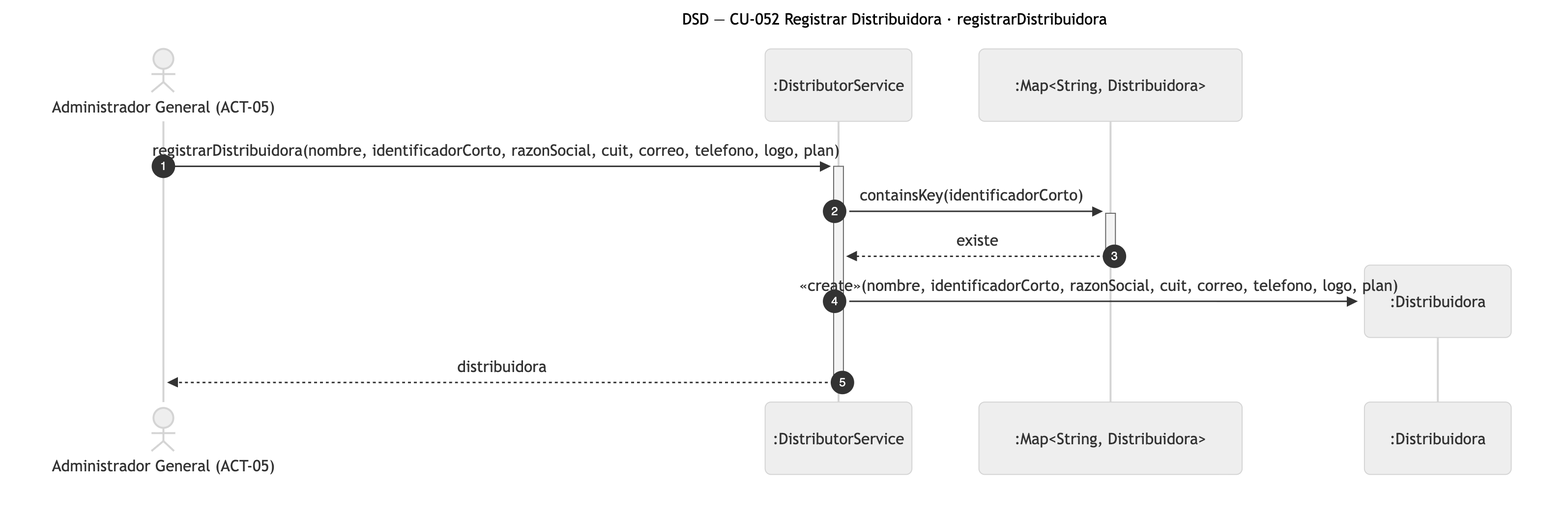
Nahuelito-Dev/splg-docs keeps this Mermaid diagram as diagramas/png/DSD_CU-052_registrarDistribuidora.png. Above is the earlier version. Its source is kept beside it as diagramas/DSD_CU-052_registrarDistribuidora.mmd. The source it was exported from:
```mermaid
sequenceDiagram
    title DSD — CU-052 Registrar Distribuidora · registrarDistribuidora
    autonumber
    actor AGE as Administrador General (ACT-05)
    participant SRV as :DistributorService
    participant COL as :Map#lt;String, Distribuidora#gt;

    AGE->>+SRV: registrarDistribuidora(nombre, identificadorCorto, razonSocial, cuit, correo, telefono, logo, plan)
    SRV->>+COL: containsKey(identificadorCorto)
    COL-->>-SRV: existe
    create participant DIS as :Distribuidora
    SRV->>DIS: «create»(nombre, identificadorCorto, razonSocial, cuit, correo, telefono, logo, plan)
    SRV-->>-AGE: distribuidora
```
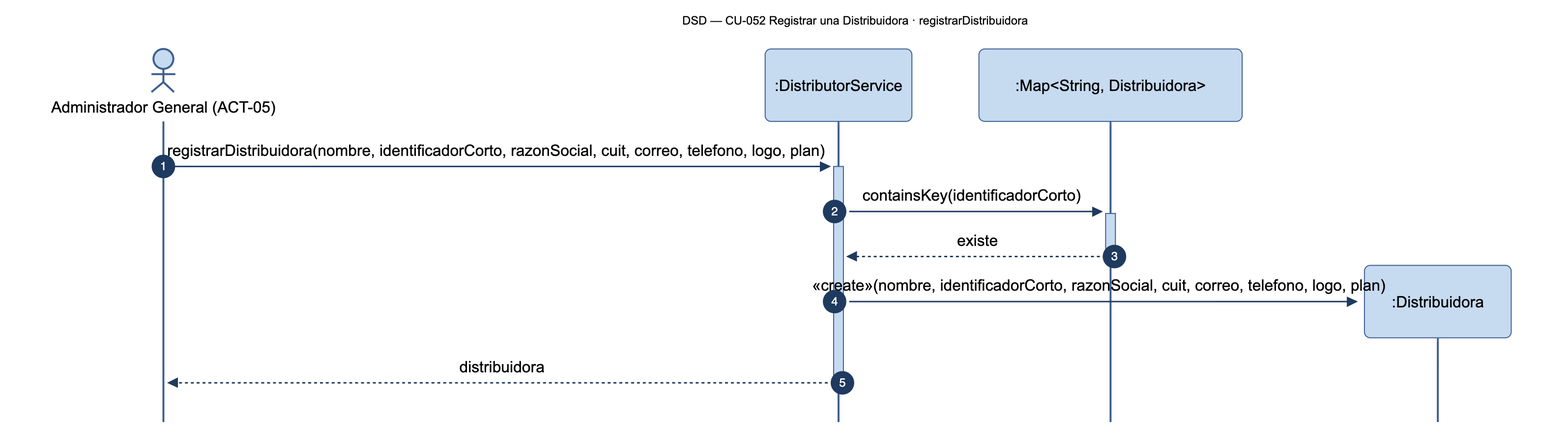
After the commit.

Change to the diagram source:
```diff
@@ -1,5 +1,5 @@
 sequenceDiagram
-    title DSD — CU-052 Registrar Distribuidora · registrarDistribuidora
+    title DSD — CU-052 Registrar una Distribuidora · registrarDistribuidora
     autonumber
     actor AGE as Administrador General (ACT-05)
     participant SRV as :DistributorService
```
